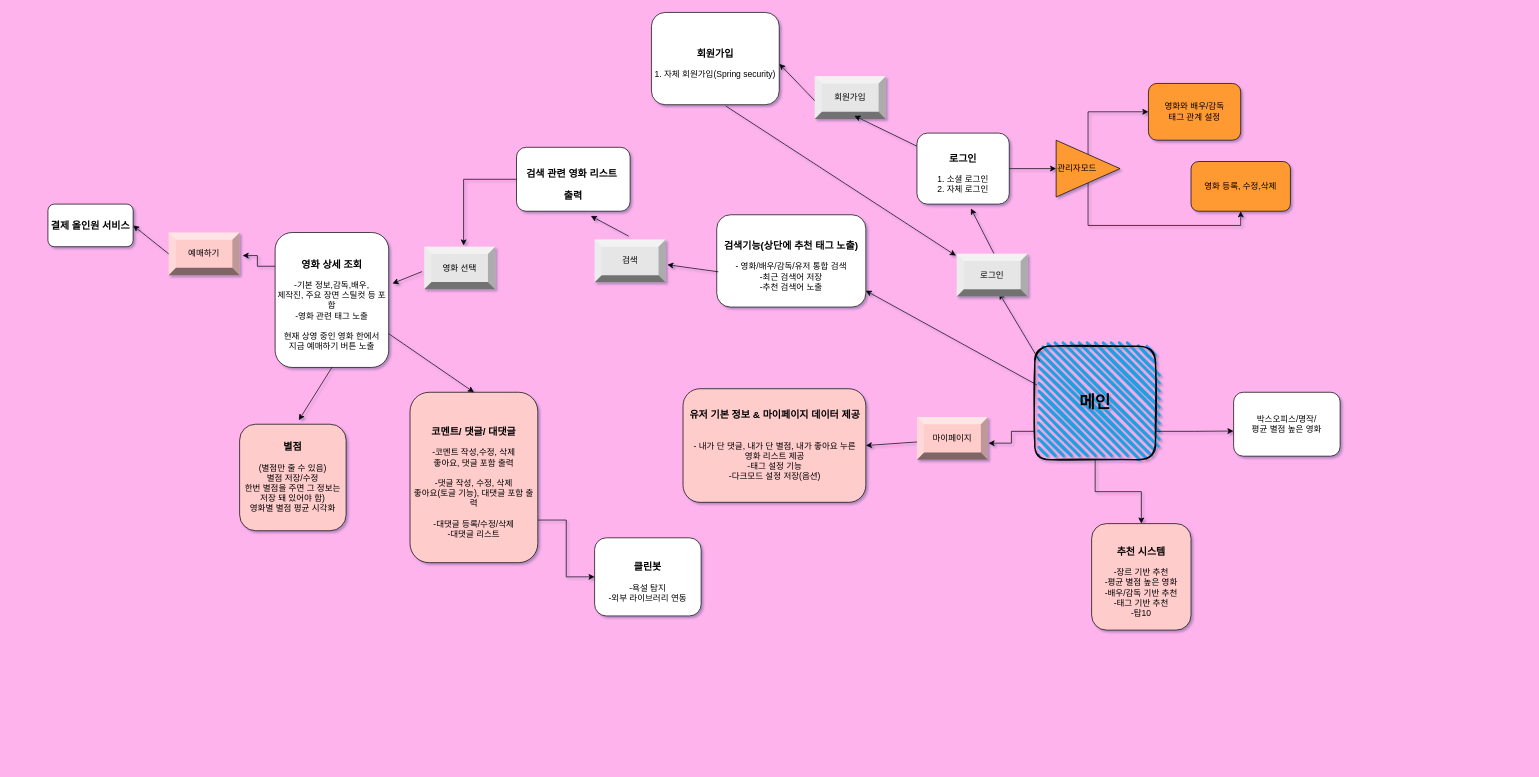
Above: 전체 흐름.drawio in gangseunghyun/movie-project (draw.io), before the change. Source tidied: cells renumbered, new cells numbered last; positions are measured from the earlier drawing's top-left corner, leaving out a move shared by most shapes. Both pictures are drawn from the tidied source at 71%, with x=0, y=0 at pixel (48, 12).
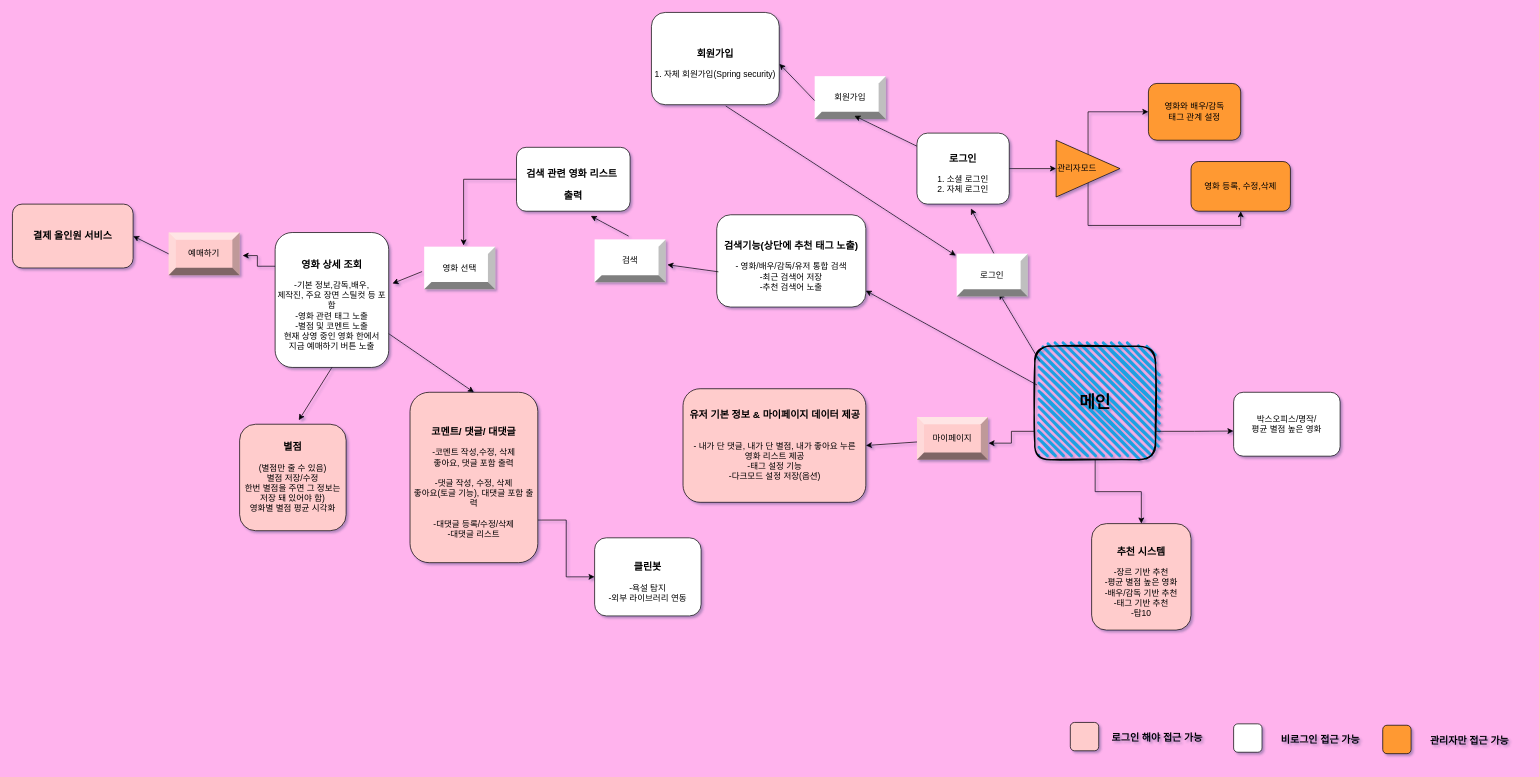
The same page after the edit.

Diff of the diagram source:
```diff
@@
-    <mxCell id="13" value="&lt;h3&gt;영화 상세 조회&lt;/h3&gt;&lt;div&gt;-기본 정보,감독,배우,&lt;/div&gt;&lt;div&gt;제작진, 주요 장면 스틸컷 등 포함&lt;/div&gt;&lt;div&gt;-영화 관련 태그 노출&lt;/div&gt;&lt;div&gt;&lt;br&gt;&lt;/div&gt;&lt;div&gt;현재 상영 중인 영화 한에서&lt;/div&gt;&lt;div&gt;지금 예매하기 버튼 노출&lt;/div&gt;" style="rounded=1;whiteSpace=wrap;html=1;" parent="1" vertex="1">
+    <mxCell id="13" value="&lt;h3&gt;영화 상세 조회&lt;/h3&gt;&lt;div&gt;-기본 정보,감독,배우,&lt;/div&gt;&lt;div&gt;제작진, 주요 장면 스틸컷 등 포함&lt;/div&gt;&lt;div&gt;-영화 관련 태그 노출&lt;/div&gt;&lt;div&gt;-별점 및 코멘트 노출&lt;/div&gt;&lt;div&gt;현재 상영 중인 영화 한에서&lt;/div&gt;&lt;div&gt;지금 예매하기 버튼 노출&lt;/div&gt;" style="rounded=1;whiteSpace=wrap;html=1;" parent="1" vertex="1">
       <mxGeometry x="320" y="310" width="160" height="190" as="geometry" />
     </mxCell>
@@
-    <mxCell id="19" value="&lt;h3&gt;결제 올인원 서비스&lt;/h3&gt;" style="rounded=1;whiteSpace=wrap;html=1;" parent="1" vertex="1">
-      <mxGeometry y="270" width="120" height="60" as="geometry" />
+    <mxCell id="19" value="&lt;h3&gt;결제 올인원 서비스&lt;/h3&gt;" style="rounded=1;whiteSpace=wrap;html=1;fillColor=#FFCCCC;" parent="1" vertex="1">
+      <mxGeometry x="-50" y="270" width="170" height="90" as="geometry" />
     </mxCell>
-    <mxCell id="20" value="로그인" style="labelPosition=center;verticalLabelPosition=middle;align=center;html=1;shape=mxgraph.basic.shaded_button;dx=10;fillColor=#E6E6E6;strokeColor=none;whiteSpace=wrap;" parent="1" vertex="1">
+    <mxCell id="20" value="로그인" style="labelPosition=center;verticalLabelPosition=middle;align=center;html=1;shape=mxgraph.basic.shaded_button;dx=10;fillColor=#FFFFFF;strokeColor=none;whiteSpace=wrap;" parent="1" vertex="1">
       <mxGeometry x="1280" y="340" width="100" height="60" as="geometry" />
     </mxCell>
@@
-    <mxCell id="23" value="회원가입" style="labelPosition=center;verticalLabelPosition=middle;align=center;html=1;shape=mxgraph.basic.shaded_button;dx=10;fillColor=#E6E6E6;strokeColor=none;whiteSpace=wrap;" parent="1" vertex="1">
+    <mxCell id="23" value="회원가입" style="labelPosition=center;verticalLabelPosition=middle;align=center;html=1;shape=mxgraph.basic.shaded_button;dx=10;fillColor=#FFFFFF;strokeColor=none;whiteSpace=wrap;" parent="1" vertex="1">
       <mxGeometry x="1080" y="90" width="100" height="60" as="geometry" />
     </mxCell>
@@
-    <mxCell id="28" value="영화 선택" style="labelPosition=center;verticalLabelPosition=middle;align=center;html=1;shape=mxgraph.basic.shaded_button;dx=10.26;fillColor=#E6E6E6;strokeColor=none;whiteSpace=wrap;" parent="1" vertex="1">
+    <mxCell id="28" value="영화 선택" style="labelPosition=center;verticalLabelPosition=middle;align=center;html=1;shape=mxgraph.basic.shaded_button;dx=10.26;fillColor=#FFFFFF;strokeColor=none;whiteSpace=wrap;" parent="1" vertex="1">
       <mxGeometry x="530" y="330" width="100" height="60" as="geometry" />
     </mxCell>
@@
-    <mxCell id="42" value="검색" style="labelPosition=center;verticalLabelPosition=middle;align=center;html=1;shape=mxgraph.basic.shaded_button;dx=10;fillColor=#E6E6E6;strokeColor=none;whiteSpace=wrap;" parent="1" vertex="1">
+    <mxCell id="42" value="검색" style="labelPosition=center;verticalLabelPosition=middle;align=center;html=1;shape=mxgraph.basic.shaded_button;dx=10;fillColor=#FFFFFF;strokeColor=none;whiteSpace=wrap;" parent="1" vertex="1">
       <mxGeometry x="770" y="320" width="100" height="60" as="geometry" />
     </mxCell>
@@
+    <mxCell id="46" style="rounded=1;whiteSpace=wrap;html=1;fillColor=#FFCCCC;" parent="1" vertex="1">
+      <mxGeometry x="1440" y="1000" width="40" height="40" as="geometry" />
+    </mxCell>
+    <mxCell id="47" value="&lt;h3&gt;로그인 해야 접근 가능&lt;/h3&gt;" style="rounded=1;whiteSpace=wrap;html=1;fillColor=none;strokeColor=none;shadow=1;" parent="1" vertex="1">
+      <mxGeometry x="1495" y="1002" width="135" height="40" as="geometry" />
+    </mxCell>
+    <mxCell id="48" style="rounded=1;whiteSpace=wrap;html=1;fillColor=#FFFFFF;" parent="1" vertex="1">
+      <mxGeometry x="1670" y="1002" width="40" height="40" as="geometry" />
+    </mxCell>
+    <mxCell id="49" value="&lt;h3&gt;비로그인 접근 가능&lt;/h3&gt;" style="rounded=1;whiteSpace=wrap;html=1;fillColor=none;strokeColor=none;shadow=1;" parent="1" vertex="1">
+      <mxGeometry x="1725" y="1004" width="135" height="40" as="geometry" />
+    </mxCell>
+    <mxCell id="50" style="rounded=1;whiteSpace=wrap;html=1;fillColor=#FF9933;" parent="1" vertex="1">
+      <mxGeometry x="1880" y="1004" width="40" height="40" as="geometry" />
+    </mxCell>
+    <mxCell id="51" value="&lt;h3&gt;관리자만 접근 가능&lt;/h3&gt;" style="rounded=1;whiteSpace=wrap;html=1;fillColor=none;strokeColor=none;shadow=1;" parent="1" vertex="1">
+      <mxGeometry x="1935" y="1006" width="135" height="40" as="geometry" />
+    </mxCell>
```
